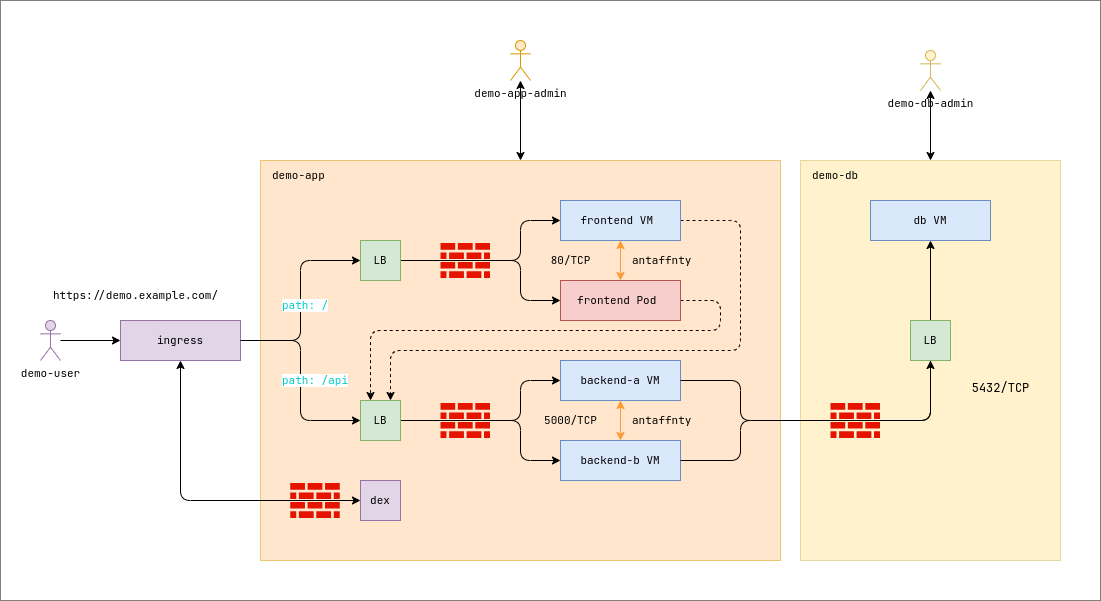
Before: demo-app.png, a diagram exported from draw.io (fl64/dvp-demo-app). Source tidied: cells renumbered, new cells last; positions are measured from the earlier drawing's top-left corner, leaving out a move shared by most shapes.
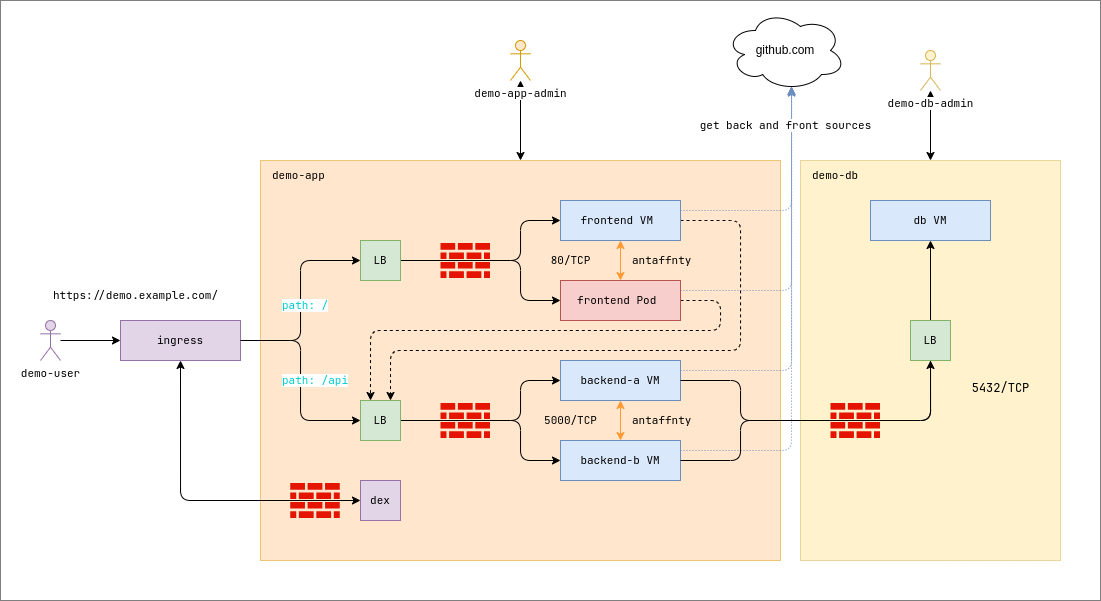
The same diagram one commit later.

Diff of the diagram source:
```diff
@@ -2,7 +2,7 @@
   <root>
     <mxCell id="0" />
     <mxCell id="1" parent="0" />
-    <mxCell id="2" style="rounded=0;whiteSpace=wrap;html=1;opacity=50;" parent="1" vertex="1">
+    <mxCell id="2" style="rounded=0;whiteSpace=wrap;html=1;opacity=50;labelBackgroundColor=default;" parent="1" vertex="1">
       <mxGeometry width="1100" height="600" as="geometry" />
     </mxCell>
     <mxCell id="3" style="rounded=0;whiteSpace=wrap;html=1;fillColor=#ffe6cc;fontFamily=JetBrains Mono;fontSource=https%3A%2F%2Ffonts.googleapis.com%2Fcss%3Ffamily%3DJetBrains%2BMono;fontSize=11;strokeWidth=1;dashed=1;dashPattern=1 1;strokeColor=#d79b00;" parent="1" vertex="1">
@@ -66,6 +66,9 @@
         </Array>
       </mxGeometry>
     </mxCell>
+    <mxCell id="48" style="edgeStyle=orthogonalEdgeStyle;html=1;exitX=1;exitY=0.25;exitDx=0;exitDy=0;entryX=0.55;entryY=0.95;entryDx=0;entryDy=0;entryPerimeter=0;dashed=1;dashPattern=1 2;fillColor=#dae8fc;strokeColor=#6c8ebf;" parent="1" edge="1" source="15" target="52">
+      <mxGeometry relative="1" as="geometry" />
+    </mxCell>
     <mxCell id="15" value="frontend VM&amp;nbsp;" style="rounded=0;whiteSpace=wrap;html=1;fontFamily=JetBrains Mono;fontSource=https%3A%2F%2Ffonts.googleapis.com%2Fcss%3Ffamily%3DJetBrains%2BMono;fillColor=#dae8fc;fontSize=11;strokeWidth=1;strokeColor=#6c8ebf;" parent="1" vertex="1">
       <mxGeometry x="560" y="200" width="120" height="40" as="geometry" />
     </mxCell>
@@ -78,12 +81,18 @@
         </Array>
       </mxGeometry>
     </mxCell>
+    <mxCell id="49" style="edgeStyle=orthogonalEdgeStyle;html=1;exitX=1;exitY=0.25;exitDx=0;exitDy=0;entryX=0.55;entryY=0.95;entryDx=0;entryDy=0;entryPerimeter=0;dashed=1;dashPattern=1 2;fillColor=#dae8fc;strokeColor=#6c8ebf;" parent="1" edge="1" source="17" target="52">
+      <mxGeometry relative="1" as="geometry" />
+    </mxCell>
     <mxCell id="17" value="frontend Pod&amp;nbsp;" style="rounded=0;whiteSpace=wrap;html=1;fontFamily=JetBrains Mono;fontSource=https%3A%2F%2Ffonts.googleapis.com%2Fcss%3Ffamily%3DJetBrains%2BMono;fillColor=#f8cecc;fontSize=11;strokeWidth=1;strokeColor=#b85450;" parent="1" vertex="1">
       <mxGeometry x="560" y="280" width="120" height="40" as="geometry" />
     </mxCell>
     <mxCell id="18" style="edgeStyle=orthogonalEdgeStyle;html=1;exitX=0.5;exitY=1;exitDx=0;exitDy=0;fontSize=11;endArrow=classic;endFill=1;startArrow=classic;startFill=1;strokeColor=#FF9933;fontFamily=JetBrains Mono;fontSource=https%3A%2F%2Ffonts.googleapis.com%2Fcss%3Ffamily%3DJetBrains%2BMono;" parent="1" edge="1" source="19" target="32">
       <mxGeometry relative="1" as="geometry" />
     </mxCell>
+    <mxCell id="50" style="edgeStyle=orthogonalEdgeStyle;html=1;exitX=1;exitY=0.25;exitDx=0;exitDy=0;entryX=0.551;entryY=0.97;entryDx=0;entryDy=0;entryPerimeter=0;dashed=1;dashPattern=1 2;fillColor=#dae8fc;strokeColor=#6c8ebf;" parent="1" edge="1" source="19" target="52">
+      <mxGeometry relative="1" as="geometry" />
+    </mxCell>
     <mxCell id="19" value="backend-a VM" style="rounded=0;whiteSpace=wrap;html=1;fontFamily=JetBrains Mono;fontSource=https%3A%2F%2Ffonts.googleapis.com%2Fcss%3Ffamily%3DJetBrains%2BMono;fillColor=#dae8fc;fontSize=11;strokeWidth=1;strokeColor=#6c8ebf;" parent="1" vertex="1">
       <mxGeometry x="560" y="360" width="120" height="40" as="geometry" />
     </mxCell>
@@ -138,6 +147,9 @@
     <mxCell id="31" value="LB" style="rounded=0;whiteSpace=wrap;html=1;fontFamily=JetBrains Mono;fontSource=https%3A%2F%2Ffonts.googleapis.com%2Fcss%3Ffamily%3DJetBrains%2BMono;fillColor=#d5e8d4;fontSize=11;strokeWidth=1;strokeColor=#82b366;" parent="1" vertex="1">
       <mxGeometry x="360" y="400" width="40" height="40" as="geometry" />
     </mxCell>
+    <mxCell id="51" style="edgeStyle=orthogonalEdgeStyle;html=1;exitX=1;exitY=0.25;exitDx=0;exitDy=0;entryX=0.55;entryY=0.95;entryDx=0;entryDy=0;entryPerimeter=0;dashed=1;dashPattern=1 2;fillColor=#dae8fc;strokeColor=#6c8ebf;" parent="1" edge="1" source="32" target="52">
+      <mxGeometry relative="1" as="geometry" />
+    </mxCell>
     <mxCell id="32" value="backend-b VM" style="rounded=0;whiteSpace=wrap;html=1;fontFamily=JetBrains Mono;fontSource=https%3A%2F%2Ffonts.googleapis.com%2Fcss%3Ffamily%3DJetBrains%2BMono;fillColor=#dae8fc;fontSize=11;strokeWidth=1;strokeColor=#6c8ebf;" parent="1" vertex="1">
       <mxGeometry x="560" y="440" width="120" height="40" as="geometry" />
     </mxCell>
@@ -170,10 +182,10 @@
     <mxCell id="41" style="edgeStyle=orthogonalEdgeStyle;html=1;strokeColor=default;fontFamily=JetBrains Mono;fontSource=https%3A%2F%2Ffonts.googleapis.com%2Fcss%3Ffamily%3DJetBrains%2BMono;fontSize=12;fontColor=#000000;startArrow=classic;startFill=1;endArrow=classic;endFill=1;" parent="1" edge="1" source="42" target="3">
       <mxGeometry relative="1" as="geometry" />
     </mxCell>
-    <mxCell id="42" value="demo-app-admin" style="shape=umlActor;verticalLabelPosition=bottom;verticalAlign=top;html=1;outlineConnect=0;fontFamily=JetBrains Mono;fontSource=https%3A%2F%2Ffonts.googleapis.com%2Fcss%3Ffamily%3DJetBrains%2BMono;fillColor=#ffe6cc;fontSize=11;strokeWidth=1;strokeColor=#d79b00;" parent="1" vertex="1">
+    <mxCell id="42" value="demo-app-admin" style="shape=umlActor;verticalLabelPosition=bottom;verticalAlign=top;html=1;outlineConnect=0;fontFamily=JetBrains Mono;fontSource=https%3A%2F%2Ffonts.googleapis.com%2Fcss%3Ffamily%3DJetBrains%2BMono;fillColor=#ffe6cc;fontSize=11;strokeWidth=1;strokeColor=#d79b00;labelBackgroundColor=default;" parent="1" vertex="1">
       <mxGeometry x="510" y="40" width="20" height="40" as="geometry" />
     </mxCell>
-    <mxCell id="43" value="demo-db-admin" style="shape=umlActor;verticalLabelPosition=bottom;verticalAlign=top;html=1;outlineConnect=0;fontFamily=JetBrains Mono;fontSource=https%3A%2F%2Ffonts.googleapis.com%2Fcss%3Ffamily%3DJetBrains%2BMono;fillColor=#fff2cc;fontSize=11;strokeWidth=1;strokeColor=#d6b656;" parent="1" vertex="1">
+    <mxCell id="43" value="demo-db-admin" style="shape=umlActor;verticalLabelPosition=bottom;verticalAlign=top;html=1;outlineConnect=0;fontFamily=JetBrains Mono;fontSource=https%3A%2F%2Ffonts.googleapis.com%2Fcss%3Ffamily%3DJetBrains%2BMono;fillColor=#fff2cc;fontSize=11;strokeWidth=1;strokeColor=#d6b656;labelBackgroundColor=default;" parent="1" vertex="1">
       <mxGeometry x="920" y="50" width="20" height="40" as="geometry" />
     </mxCell>
     <mxCell id="44" style="verticalLabelPosition=bottom;sketch=0;html=1;fillColor=#e51400;strokeColor=#B20000;verticalAlign=top;align=center;shape=mxgraph.cisco_safe.security_icons.firewall;strokeWidth=1;fontFamily=JetBrains Mono;fontSource=https%3A%2F%2Ffonts.googleapis.com%2Fcss%3Ffamily%3DJetBrains%2BMono;fontSize=11;fontColor=#ffffff;" parent="1" vertex="1">
@@ -200,5 +212,11 @@
     <mxCell id="47" value="LB" style="rounded=0;whiteSpace=wrap;html=1;fontFamily=JetBrains Mono;fontSource=https%3A%2F%2Ffonts.googleapis.com%2Fcss%3Ffamily%3DJetBrains%2BMono;fillColor=#d5e8d4;fontSize=11;strokeWidth=1;strokeColor=#82b366;" parent="1" vertex="1">
       <mxGeometry x="910" y="320" width="40" height="40" as="geometry" />
     </mxCell>
+    <mxCell id="52" value="github.com" style="ellipse;shape=cloud;whiteSpace=wrap;html=1;" parent="1" vertex="1">
+      <mxGeometry x="725" y="10" width="120" height="80" as="geometry" />
+    </mxCell>
+    <mxCell id="53" value="get back and front sources" style="text;html=1;align=center;verticalAlign=middle;strokeColor=none;fillColor=none;fontSize=11;fontFamily=JetBrains Mono;strokeWidth=1;fontSource=https%3A%2F%2Ffonts.googleapis.com%2Fcss%3Ffamily%3DJetBrains%2BMono;labelBackgroundColor=default;" parent="1" vertex="1">
+      <mxGeometry x="685" y="110" width="200" height="30" as="geometry" />
+    </mxCell>
   </root>
 </mxGraphModel>
```
